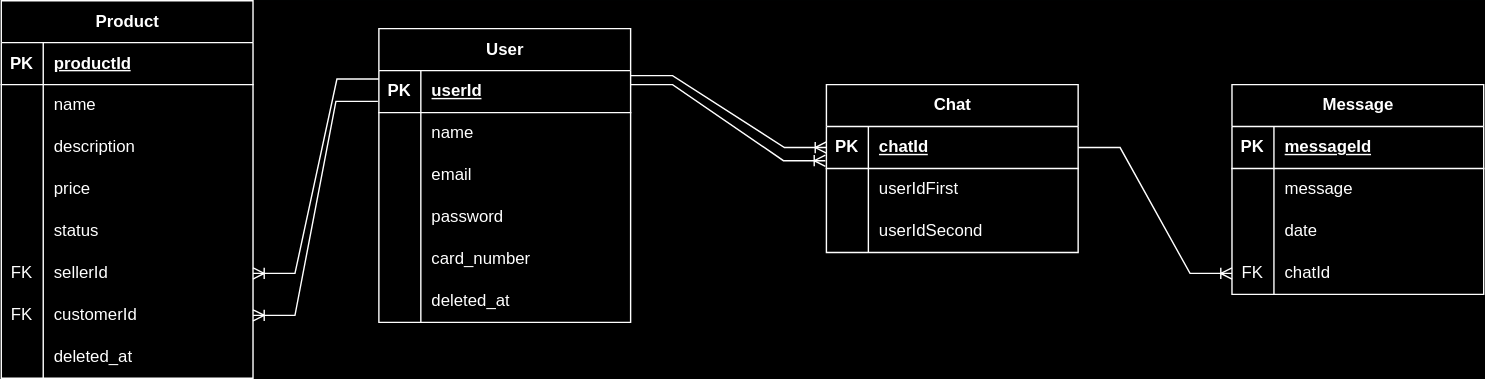
Before: public/db.svg, a diagram exported from draw.io (RBosio/ecommerce-back). Source tidied: cells renumbered, new cells last; positions are measured from the earlier drawing's top-left corner, leaving out a move shared by most shapes.
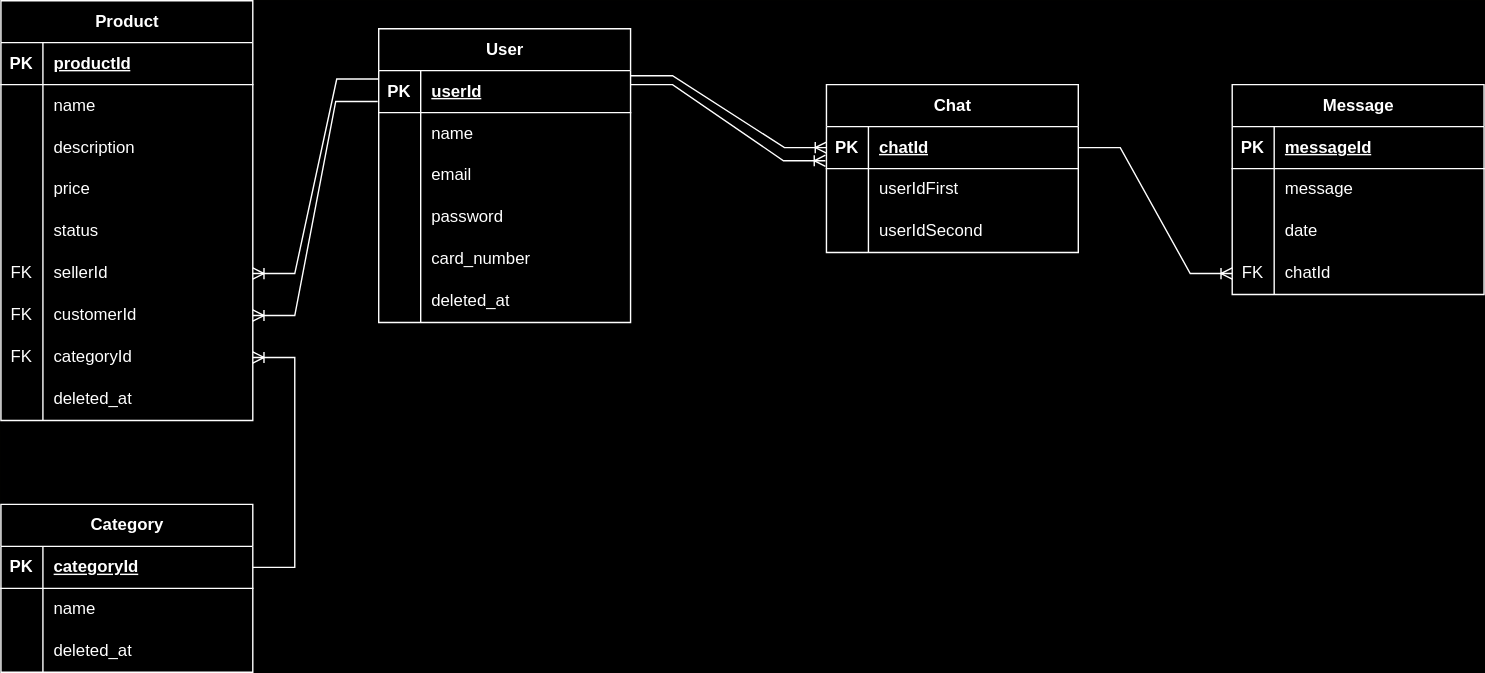
The same file after the commit.

Commit message:
add category table

What changed in the source:
```diff
@@ -153,7 +153,7 @@
       <mxGeometry relative="1" as="geometry" />
     </mxCell>
     <mxCell id="47" value="Product" style="shape=table;startSize=30;rowLines=0;fontStyle=1;align=center;html=1;" parent="1" vertex="1">
-      <mxGeometry width="180" height="270" as="geometry" />
+      <mxGeometry width="180" height="300" as="geometry" />
     </mxCell>
     <mxCell id="48" style="shape=tableRow;horizontal=0;startSize=0;swimlaneHead=0;swimlaneBody=0;fillColor=none;top=0;left=0;right=0;bottom=1;" parent="47" vertex="1">
       <mxGeometry y="30" width="180" height="30" as="geometry" />
@@ -218,8 +218,17 @@
     <mxCell id="68" value="customerId" style="shape=partialRectangle;fillColor=none;top=0;left=0;bottom=0;right=0;align=left;spacingLeft=6;overflow=hidden;whiteSpace=wrap;html=1;" parent="66" vertex="1">
       <mxGeometry x="30" width="150" height="30" as="geometry" />
     </mxCell>
+    <mxCell id="74" style="shape=tableRow;horizontal=0;startSize=0;swimlaneHead=0;swimlaneBody=0;fillColor=none;points=[[0,0.5],[1,0.5]];portConstraint=eastwest;top=0;left=0;right=0;bottom=0;" parent="47" vertex="1">
+      <mxGeometry y="240" width="180" height="30" as="geometry" />
+    </mxCell>
+    <mxCell id="75" value="FK" style="shape=partialRectangle;fillColor=none;top=0;left=0;bottom=0;right=0;overflow=hidden;whiteSpace=wrap;html=1;" parent="74" vertex="1">
+      <mxGeometry width="30" height="30" as="geometry" />
+    </mxCell>
+    <mxCell id="76" value="categoryId" style="shape=partialRectangle;fillColor=none;top=0;left=0;bottom=0;right=0;align=left;spacingLeft=6;overflow=hidden;whiteSpace=wrap;html=1;" parent="74" vertex="1">
+      <mxGeometry x="30" width="150" height="30" as="geometry" />
+    </mxCell>
     <mxCell id="69" style="shape=tableRow;horizontal=0;startSize=0;swimlaneHead=0;swimlaneBody=0;fillColor=none;top=0;left=0;right=0;bottom=0;" parent="47" vertex="1">
-      <mxGeometry y="240" width="180" height="30" as="geometry" />
+      <mxGeometry y="270" width="180" height="30" as="geometry" />
     </mxCell>
     <mxCell id="70" style="shape=partialRectangle;fillColor=none;top=0;left=0;bottom=0;right=0;overflow=hidden;whiteSpace=wrap;html=1;" parent="69" vertex="1">
       <mxGeometry width="30" height="30" as="geometry" />
@@ -233,5 +242,38 @@
     <mxCell id="73" style="edgeStyle=entityRelationEdgeStyle;fontSize=12;html=1;endArrow=ERoneToMany;rounded=0;exitX=-0.004;exitY=0.733;exitDx=0;exitDy=0;exitPerimeter=0;" parent="1" edge="1" source="3" target="66">
       <mxGeometry relative="1" as="geometry" />
     </mxCell>
+    <mxCell id="77" value="Category" style="shape=table;startSize=30;rowLines=0;fontStyle=1;align=center;html=1;" parent="1" vertex="1">
+      <mxGeometry y="360" width="180" height="120" as="geometry" />
+    </mxCell>
+    <mxCell id="78" style="shape=tableRow;horizontal=0;startSize=0;swimlaneHead=0;swimlaneBody=0;fillColor=none;points=[[0,0.5],[1,0.5]];portConstraint=eastwest;top=0;left=0;right=0;bottom=1;" parent="77" vertex="1">
+      <mxGeometry y="30" width="180" height="30" as="geometry" />
+    </mxCell>
+    <mxCell id="79" value="PK" style="shape=partialRectangle;fillColor=none;top=0;left=0;bottom=0;right=0;fontStyle=1;overflow=hidden;whiteSpace=wrap;html=1;" parent="78" vertex="1">
+      <mxGeometry width="30" height="30" as="geometry" />
+    </mxCell>
+    <mxCell id="80" value="categoryId" style="shape=partialRectangle;fillColor=none;top=0;left=0;bottom=0;right=0;align=left;spacingLeft=6;fontStyle=5;overflow=hidden;whiteSpace=wrap;html=1;" parent="78" vertex="1">
+      <mxGeometry x="30" width="150" height="30" as="geometry" />
+    </mxCell>
+    <mxCell id="81" style="shape=tableRow;horizontal=0;startSize=0;swimlaneHead=0;swimlaneBody=0;fillColor=none;top=0;left=0;right=0;bottom=0;" parent="77" vertex="1">
+      <mxGeometry y="60" width="180" height="30" as="geometry" />
+    </mxCell>
+    <mxCell id="82" style="shape=partialRectangle;fillColor=none;top=0;left=0;bottom=0;right=0;overflow=hidden;whiteSpace=wrap;html=1;" parent="81" vertex="1">
+      <mxGeometry width="30" height="30" as="geometry" />
+    </mxCell>
+    <mxCell id="83" value="name" style="shape=partialRectangle;fillColor=none;top=0;left=0;bottom=0;right=0;align=left;spacingLeft=6;overflow=hidden;whiteSpace=wrap;html=1;" parent="81" vertex="1">
+      <mxGeometry x="30" width="150" height="30" as="geometry" />
+    </mxCell>
+    <mxCell id="84" style="shape=tableRow;horizontal=0;startSize=0;swimlaneHead=0;swimlaneBody=0;fillColor=none;top=0;left=0;right=0;bottom=0;" parent="77" vertex="1">
+      <mxGeometry y="90" width="180" height="30" as="geometry" />
+    </mxCell>
+    <mxCell id="85" style="shape=partialRectangle;fillColor=none;top=0;left=0;bottom=0;right=0;overflow=hidden;whiteSpace=wrap;html=1;" parent="84" vertex="1">
+      <mxGeometry width="30" height="30" as="geometry" />
+    </mxCell>
+    <mxCell id="86" value="deleted_at" style="shape=partialRectangle;fillColor=none;top=0;left=0;bottom=0;right=0;align=left;spacingLeft=6;overflow=hidden;whiteSpace=wrap;html=1;" parent="84" vertex="1">
+      <mxGeometry x="30" width="150" height="30" as="geometry" />
+    </mxCell>
+    <mxCell id="87" style="edgeStyle=entityRelationEdgeStyle;fontSize=12;html=1;endArrow=ERoneToMany;rounded=0;" parent="1" edge="1" source="78" target="74">
+      <mxGeometry relative="1" as="geometry" />
+    </mxCell>
   </root>
 </mxGraphModel>
```
